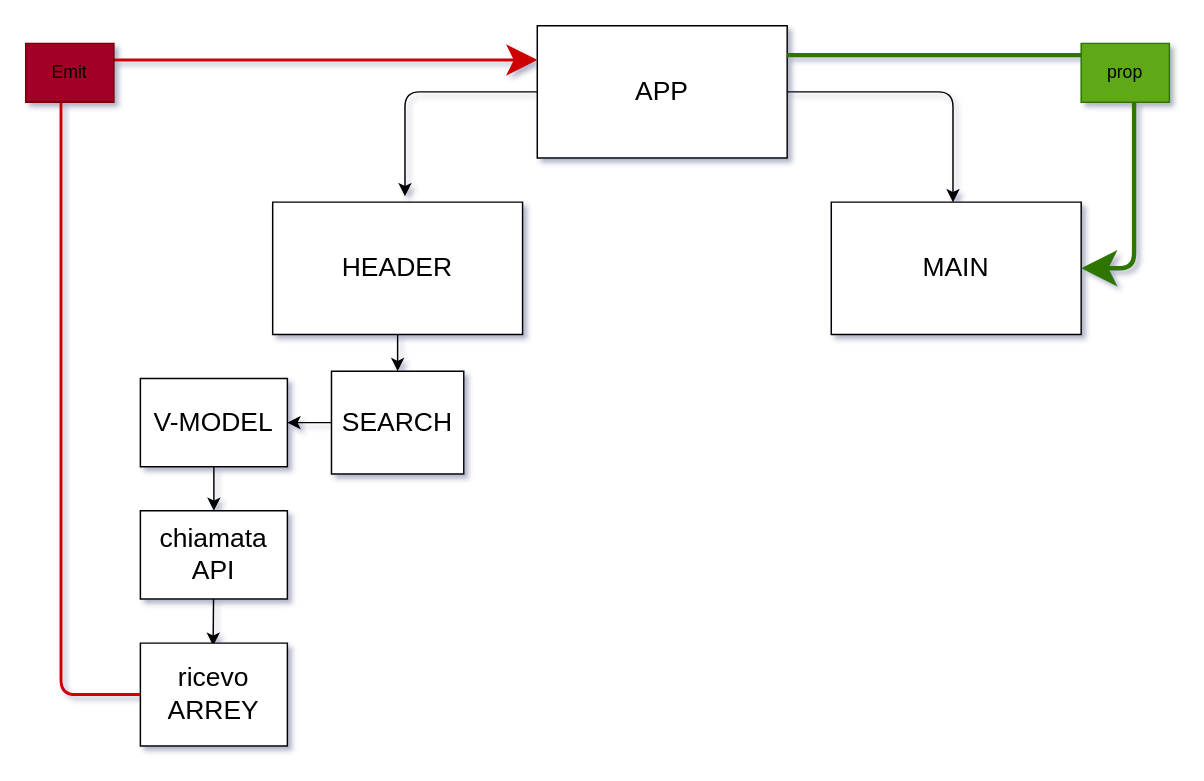
Before: Boolflix-diagramma.drawio in Pasquale-Raso/vue-boolflix, a draw.io diagram. Source tidied: cells renumbered, new cells numbered last; positions are measured from the earlier drawing's top-left corner, leaving out a move shared by most shapes. Both pictures are drawn from the tidied source at 147%, with x=0, y=0 at pixel (25, 25).
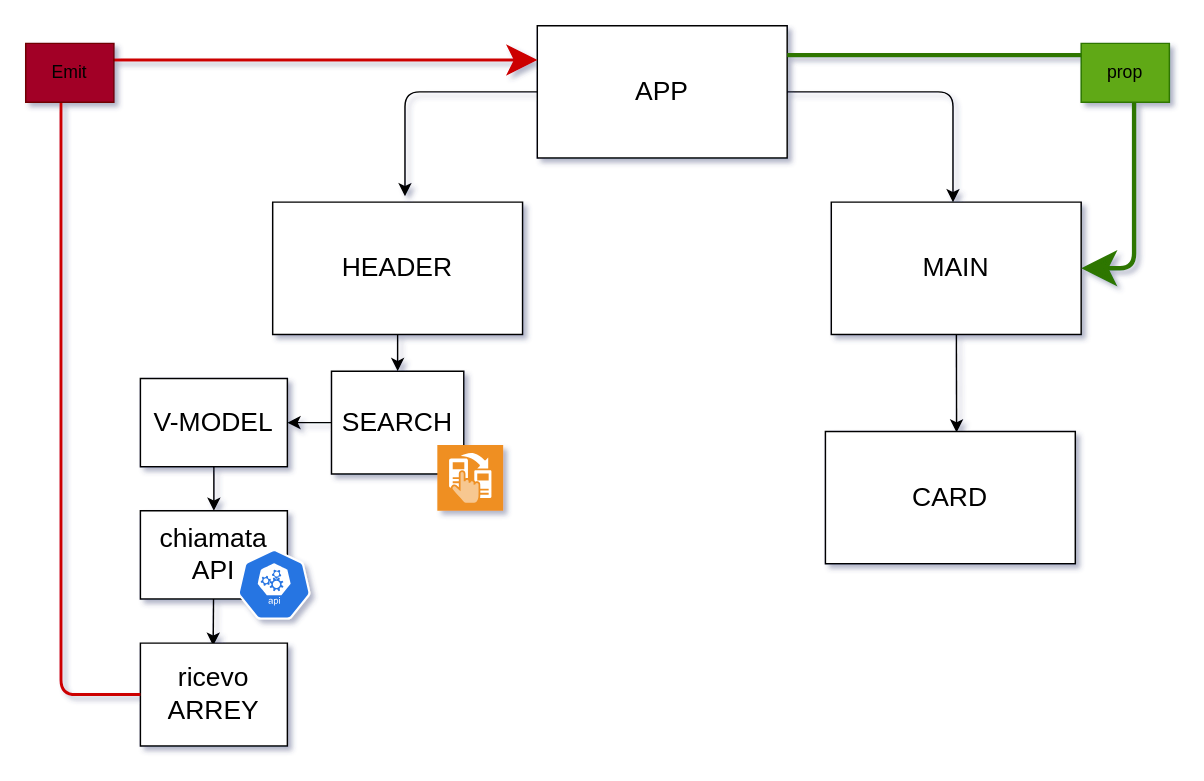
The same diagram, later.

Unchanged cells that the change refers to:
```xml
<mxCell id="7" style="shape=table;startSize=0;childLayout=tableLayout;rounded=1;" parent="1" vertex="1">
  <mxGeometry x="548" y="120" width="170" height="90" as="geometry" />
</mxCell>
```

Change to the diagram source:
```diff
@@
+    <mxCell id="37" style="edgeStyle=none;rounded=0;jettySize=auto;html=1;entryX=0.525;entryY=0.008;entryDx=0;entryDy=0;entryPerimeter=0;strokeColor=#000000;strokeWidth=1;" parent="1" edge="1" source="7" target="40">
+      <mxGeometry relative="1" as="geometry" />
+    </mxCell>
@@
+    <mxCell id="38" style="html=1;dashed=0;whitespace=wrap;fillColor=#2875E2;strokeColor=#ffffff;shape=mxgraph.kubernetes.icon;prIcon=api;" parent="1" vertex="1">
+      <mxGeometry x="144" y="356" width="50" height="48" as="geometry" />
+    </mxCell>
+    <mxCell id="39" style="shape=table;startSize=0;childLayout=tableLayout;rounded=1;" parent="1" vertex="1">
+      <mxGeometry x="544" y="276" width="170" height="90" as="geometry" />
+    </mxCell>
+    <mxCell id="40" style="shape=partialRectangle;fillColor=none;top=0;left=0;bottom=0;right=0;points=[[0,0.5],[1,0.5]];portConstraint=eastwest;rounded=1;" parent="39" vertex="1">
+      <mxGeometry width="170" height="90" as="geometry" />
+    </mxCell>
+    <mxCell id="41" value="&lt;font style=&quot;font-size: 18px&quot;&gt;CARD&lt;/font&gt;" style="shape=partialRectangle;html=1;whiteSpace=wrap;overflow=hidden;fillColor=none;top=0;left=0;bottom=0;right=0;rounded=1;" parent="40" vertex="1">
+      <mxGeometry width="170" height="90" as="geometry" />
+    </mxCell>
+    <mxCell id="42" style="shadow=0;dashed=0;html=1;strokeColor=none;fillColor=#EF8F21;labelPosition=center;verticalLabelPosition=bottom;verticalAlign=top;align=center;shape=mxgraph.veeam.2d.1_click_failover_orchestration;" parent="1" vertex="1">
+      <mxGeometry x="280" y="285.2" width="44.8" height="44.8" as="geometry" />
+    </mxCell>
```
